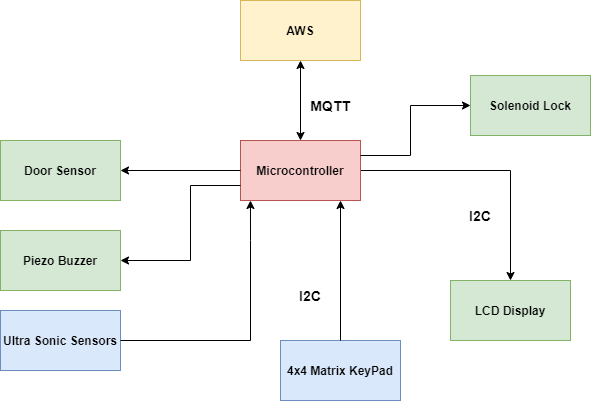
The draw.io diagram docs/images/hardware_components.png in cepdnaclk/e17-3yp-Smart-Locker, before a commit. Source tidied: cells renumbered, new cells last; positions are measured from the earlier drawing's top-left corner, leaving out a move shared by most shapes.
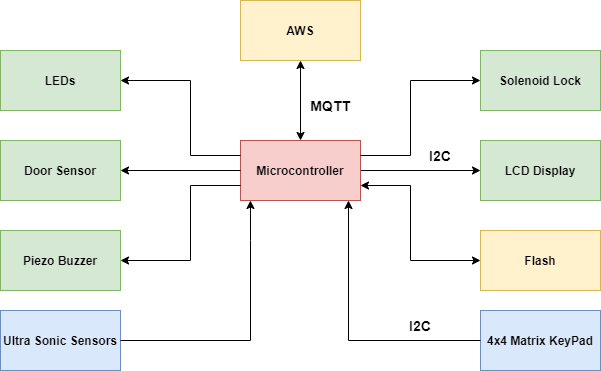
After the change.

Change to the diagram source:
```diff
@@ -2,28 +2,31 @@
   <root>
     <mxCell id="0" />
     <mxCell id="1" parent="0" />
-    <mxCell id="2" style="edgeStyle=orthogonalEdgeStyle;rounded=0;jettySize=auto;html=1;entryX=0.5;entryY=0;entryDx=0;entryDy=0;" parent="1" edge="1" source="3" target="5">
+    <mxCell id="2" style="edgeStyle=orthogonalEdgeStyle;rounded=0;jettySize=auto;html=1;entryX=0;entryY=0.5;entryDx=0;entryDy=0;" parent="1" edge="1" source="3" target="5">
       <mxGeometry relative="1" as="geometry" />
     </mxCell>
     <mxCell id="3" value="&lt;b&gt;Microcontroller&lt;/b&gt;" style="rounded=0;whiteSpace=wrap;html=1;fillColor=#f8cecc;strokeColor=#b85450;" parent="1" vertex="1">
       <mxGeometry x="240" y="140" width="120" height="60" as="geometry" />
     </mxCell>
     <mxCell id="4" value="&lt;b&gt;4x4 Matrix KeyPad&lt;/b&gt;" style="rounded=0;whiteSpace=wrap;html=1;fillColor=#dae8fc;strokeColor=#6c8ebf;" parent="1" vertex="1">
-      <mxGeometry x="280" y="340" width="120" height="60" as="geometry" />
+      <mxGeometry x="480" y="310" width="120" height="60" as="geometry" />
     </mxCell>
     <mxCell id="5" value="&lt;b&gt;LCD Display&lt;/b&gt;" style="rounded=0;whiteSpace=wrap;html=1;fillColor=#d5e8d4;strokeColor=#82b366;" parent="1" vertex="1">
-      <mxGeometry x="450" y="280" width="120" height="60" as="geometry" />
+      <mxGeometry x="480" y="140" width="120" height="60" as="geometry" />
     </mxCell>
-    <mxCell id="6" style="endArrow=classic;html=1;rounded=0;exitX=0.5;exitY=0;exitDx=0;exitDy=0;" parent="1" edge="1" source="4">
+    <mxCell id="6" style="endArrow=classic;html=1;rounded=0;exitX=0;exitY=0.5;exitDx=0;exitDy=0;" parent="1" edge="1" source="4">
       <mxGeometry relative="1" as="geometry">
-        <mxPoint x="340" y="200" as="targetPoint" />
+        <mxPoint x="348" y="200" as="targetPoint" />
+        <Array as="points">
+          <mxPoint x="348" y="340" />
+        </Array>
       </mxGeometry>
     </mxCell>
     <mxCell id="7" value="&lt;b&gt;&lt;font style=&quot;font-size: 14px&quot;&gt;I2C&lt;/font&gt;&lt;/b&gt;" style="text;html=1;strokeColor=none;fillColor=none;align=center;verticalAlign=middle;whiteSpace=wrap;rounded=0;" parent="1" vertex="1">
-      <mxGeometry x="280" y="280" width="60" height="30" as="geometry" />
+      <mxGeometry x="390" y="310" width="60" height="30" as="geometry" />
     </mxCell>
     <mxCell id="8" value="&lt;b&gt;&lt;font style=&quot;font-size: 14px&quot;&gt;I2C&lt;/font&gt;&lt;/b&gt;" style="text;html=1;strokeColor=none;fillColor=none;align=center;verticalAlign=middle;whiteSpace=wrap;rounded=0;" parent="1" vertex="1">
-      <mxGeometry x="450" y="200" width="60" height="30" as="geometry" />
+      <mxGeometry x="410" y="140" width="60" height="30" as="geometry" />
     </mxCell>
     <mxCell id="9" value="&lt;b&gt;Door Sensor&lt;/b&gt;" style="rounded=0;whiteSpace=wrap;html=1;fillColor=#d5e8d4;strokeColor=#82b366;" parent="1" vertex="1">
       <mxGeometry y="140" width="120" height="60" as="geometry" />
@@ -65,15 +68,37 @@
       </mxGeometry>
     </mxCell>
     <mxCell id="18" value="&lt;b&gt;Solenoid Lock&lt;/b&gt;" style="rounded=0;whiteSpace=wrap;html=1;fillColor=#d5e8d4;strokeColor=#82b366;" parent="1" vertex="1">
-      <mxGeometry x="470" y="75" width="120" height="60" as="geometry" />
+      <mxGeometry x="480" y="50" width="120" height="60" as="geometry" />
     </mxCell>
     <mxCell id="19" style="endArrow=classic;html=1;rounded=0;entryX=0;entryY=0.5;entryDx=0;entryDy=0;exitX=1;exitY=0.25;exitDx=0;exitDy=0;" parent="1" edge="1" source="3" target="18">
       <mxGeometry relative="1" as="geometry">
         <Array as="points">
           <mxPoint x="410" y="155" />
-          <mxPoint x="410" y="105" />
+          <mxPoint x="410" y="80" />
         </Array>
       </mxGeometry>
     </mxCell>
+    <mxCell id="20" value="&lt;font size=&quot;1&quot;&gt;&lt;b style=&quot;font-size: 12px&quot;&gt;LEDs&lt;/b&gt;&lt;/font&gt;" style="rounded=0;whiteSpace=wrap;html=1;fillColor=#d5e8d4;strokeColor=#82b366;" parent="1" vertex="1">
+      <mxGeometry y="50" width="120" height="60" as="geometry" />
+    </mxCell>
+    <mxCell id="21" style="endArrow=classic;html=1;rounded=0;exitX=0;exitY=0.25;exitDx=0;exitDy=0;entryX=1;entryY=0.5;entryDx=0;entryDy=0;" parent="1" edge="1" source="3" target="20">
+      <mxGeometry relative="1" as="geometry">
+        <Array as="points">
+          <mxPoint x="190" y="155" />
+          <mxPoint x="190" y="80" />
+        </Array>
+      </mxGeometry>
+    </mxCell>
+    <mxCell id="22" value="&lt;b&gt;Flash&lt;/b&gt;" style="rounded=0;whiteSpace=wrap;html=1;fontSize=12;fillColor=#fff2cc;strokeColor=#d6b656;" parent="1" vertex="1">
+      <mxGeometry x="480" y="230" width="120" height="60" as="geometry" />
+    </mxCell>
+    <mxCell id="23" style="endArrow=classic;startArrow=classic;html=1;rounded=0;fontSize=12;exitX=0;exitY=0.5;exitDx=0;exitDy=0;entryX=1;entryY=0.75;entryDx=0;entryDy=0;" parent="1" edge="1" source="22" target="3">
+      <mxGeometry relative="1" as="geometry">
+        <Array as="points">
+          <mxPoint x="410" y="260" />
+          <mxPoint x="410" y="185" />
+        </Array>
+      </mxGeometry>
+    </mxCell>
   </root>
 </mxGraphModel>
```
